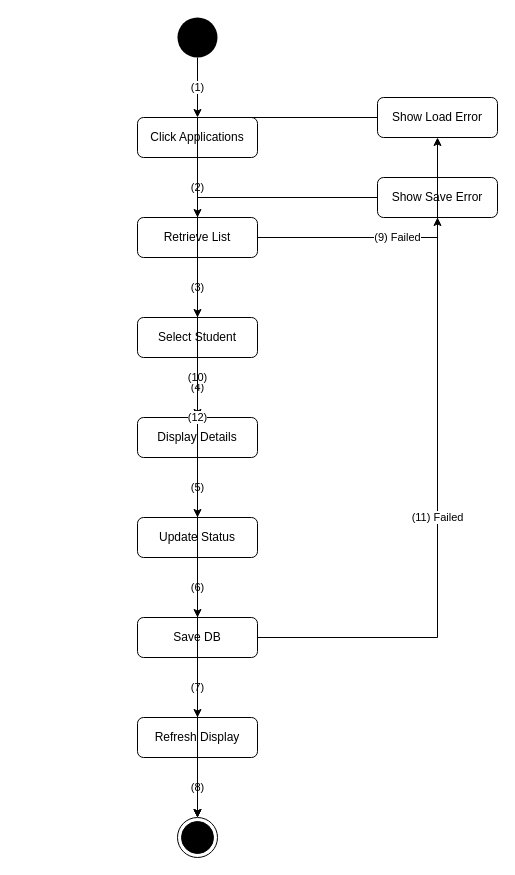
The draw.io diagram activity_flow/uc39_activity_flow.drawio in kingDlight/UEIMS_Project, before the edit. Source tidied: cells renumbered, new cells numbered last; positions are measured from the earlier drawing's top-left corner, leaving out a move shared by most shapes. Both pictures are drawn from the tidied source at 100%, with x=0, y=0 at pixel (137, 17).
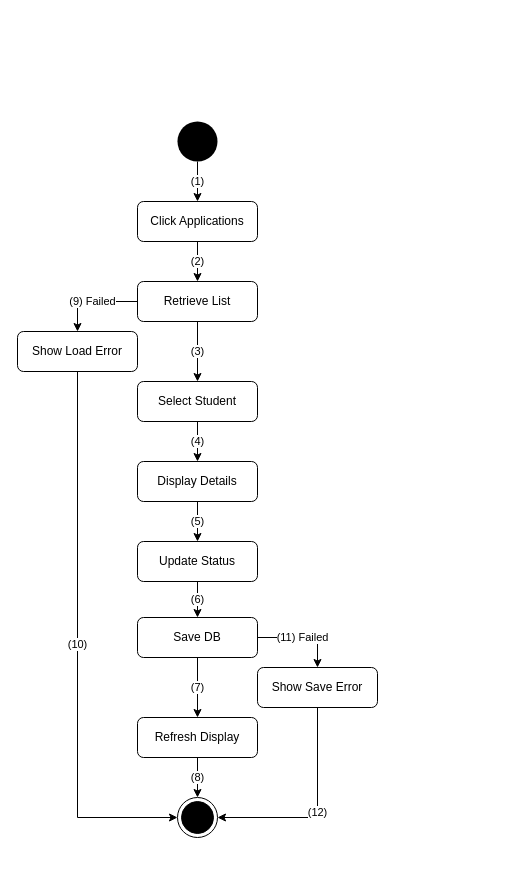
The same page after the edit.

Unchanged cells that the change refers to:
```xml
<mxCell id="8" value="Save DB" style="rounded=1;whiteSpace=wrap;html=1;" parent="1" vertex="1">
  <mxGeometry y="600" width="120" height="40" as="geometry" />
</mxCell>
```

The edit, as a diff of the source:
```diff
@@
     <mxCell id="2" style="ellipse;whiteSpace=wrap;html=1;fillColor=#000000;strokeColor=none;" parent="1" vertex="1">
-      <mxGeometry x="40" width="40" height="40" as="geometry" />
+      <mxGeometry x="40" y="104" width="40" height="40" as="geometry" />
     </mxCell>
     <mxCell id="3" value="Click Applications" style="rounded=1;whiteSpace=wrap;html=1;" parent="1" vertex="1">
-      <mxGeometry y="100" width="120" height="40" as="geometry" />
+      <mxGeometry y="184" width="120" height="40" as="geometry" />
     </mxCell>
     <mxCell id="4" value="Retrieve List" style="rounded=1;whiteSpace=wrap;html=1;" parent="1" vertex="1">
-      <mxGeometry y="200" width="120" height="40" as="geometry" />
+      <mxGeometry y="264" width="120" height="40" as="geometry" />
     </mxCell>
     <mxCell id="5" value="Select Student" style="rounded=1;whiteSpace=wrap;html=1;" parent="1" vertex="1">
-      <mxGeometry y="300" width="120" height="40" as="geometry" />
+      <mxGeometry y="364" width="120" height="40" as="geometry" />
     </mxCell>
     <mxCell id="6" value="Display Details" style="rounded=1;whiteSpace=wrap;html=1;" parent="1" vertex="1">
-      <mxGeometry y="400" width="120" height="40" as="geometry" />
+      <mxGeometry y="444" width="120" height="40" as="geometry" />
     </mxCell>
     <mxCell id="7" value="Update Status" style="rounded=1;whiteSpace=wrap;html=1;" parent="1" vertex="1">
-      <mxGeometry y="500" width="120" height="40" as="geometry" />
+      <mxGeometry y="524" width="120" height="40" as="geometry" />
     </mxCell>
@@
     <mxCell id="10" style="ellipse;html=1;shape=endState;fillColor=#000000;strokeColor=#000000;" parent="1" vertex="1">
-      <mxGeometry x="40" y="800" width="40" height="40" as="geometry" />
+      <mxGeometry x="40" y="780" width="40" height="40" as="geometry" />
     </mxCell>
     <mxCell id="11" value="Show Load Error" style="rounded=1;whiteSpace=wrap;html=1;" parent="1" vertex="1">
-      <mxGeometry x="240" y="80" width="120" height="40" as="geometry" />
+      <mxGeometry x="-120" y="314" width="120" height="40" as="geometry" />
     </mxCell>
     <mxCell id="12" value="Show Save Error" style="rounded=1;whiteSpace=wrap;html=1;" parent="1" vertex="1">
-      <mxGeometry x="240" y="160" width="120" height="40" as="geometry" />
+      <mxGeometry x="120" y="650" width="120" height="40" as="geometry" />
     </mxCell>
@@
-    <mxCell id="21" value="(9) Failed" style="edgeStyle=orthogonalEdgeStyle;rounded=0;html=1;exitX=1;exitY=0.5;entryX=0.5;entryY=1;" parent="1" edge="1" source="4" target="11">
+    <mxCell id="21" value="(9) Failed" style="edgeStyle=orthogonalEdgeStyle;rounded=0;html=1;exitX=0;exitY=0.5;entryX=0.5;entryY=0;entryDx=0;entryDy=0;exitDx=0;exitDy=0;" parent="1" edge="1" source="4" target="11">
       <mxGeometry relative="1" as="geometry" />
     </mxCell>
-    <mxCell id="22" value="(10)" style="edgeStyle=orthogonalEdgeStyle;rounded=0;html=1;exitX=0;exitY=0.5;entryX=0.5;entryY=0;" parent="1" edge="1" source="11" target="10">
+    <mxCell id="22" value="(10)" style="edgeStyle=orthogonalEdgeStyle;rounded=0;html=1;exitX=0.5;exitY=1;entryX=0;entryY=0.5;exitDx=0;exitDy=0;entryDx=0;entryDy=0;" parent="1" edge="1" source="11" target="10">
       <mxGeometry relative="1" as="geometry" />
     </mxCell>
-    <mxCell id="23" value="(11) Failed" style="edgeStyle=orthogonalEdgeStyle;rounded=0;html=1;exitX=1;exitY=0.5;entryX=0.5;entryY=1;" parent="1" edge="1" source="8" target="12">
+    <mxCell id="23" value="(11) Failed" style="edgeStyle=orthogonalEdgeStyle;rounded=0;html=1;exitX=1;exitY=0.5;entryX=0.5;entryY=0;entryDx=0;entryDy=0;" parent="1" edge="1" source="8" target="12">
       <mxGeometry relative="1" as="geometry" />
     </mxCell>
-    <mxCell id="24" value="(12)" style="edgeStyle=orthogonalEdgeStyle;rounded=0;html=1;exitX=0;exitY=0.5;entryX=0.5;entryY=0;" parent="1" edge="1" source="12" target="10">
+    <mxCell id="24" value="(12)" style="edgeStyle=orthogonalEdgeStyle;rounded=0;html=1;exitX=0.5;exitY=1;entryX=1;entryY=0.5;exitDx=0;exitDy=0;entryDx=0;entryDy=0;" parent="1" edge="1" source="12" target="10">
       <mxGeometry relative="1" as="geometry" />
     </mxCell>
```
